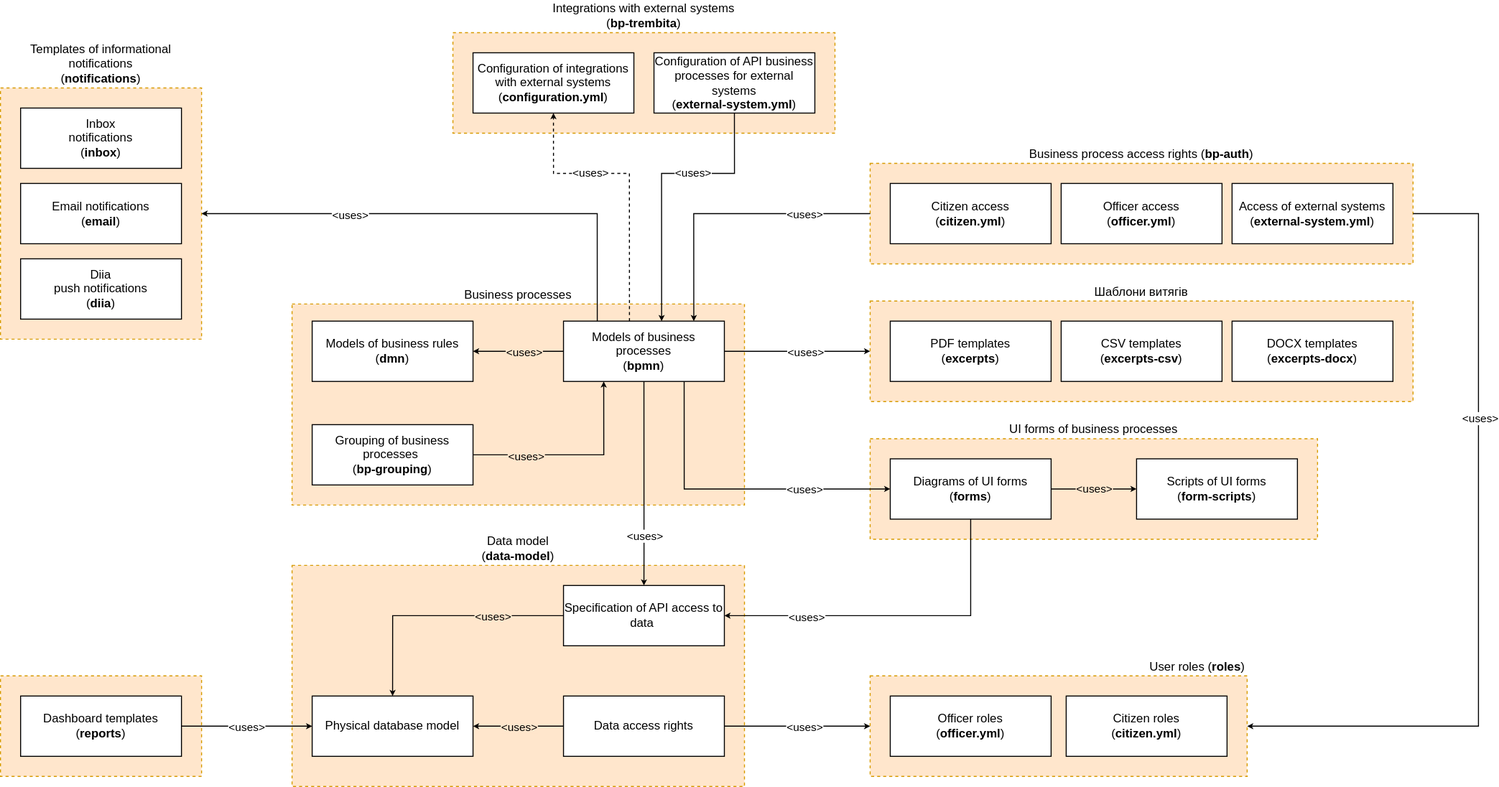
epam/edp-ddm-architecture keeps this draw.io diagram as docs/en/modules/arch/images/architecture/registry/administrative/regulation-management/registry-regulation/regulation-dependencies.svg. Above is the earlier version. Source tidied: cells renumbered, new cells last; positions are measured from the earlier drawing's top-left corner, leaving out a move shared by most shapes.
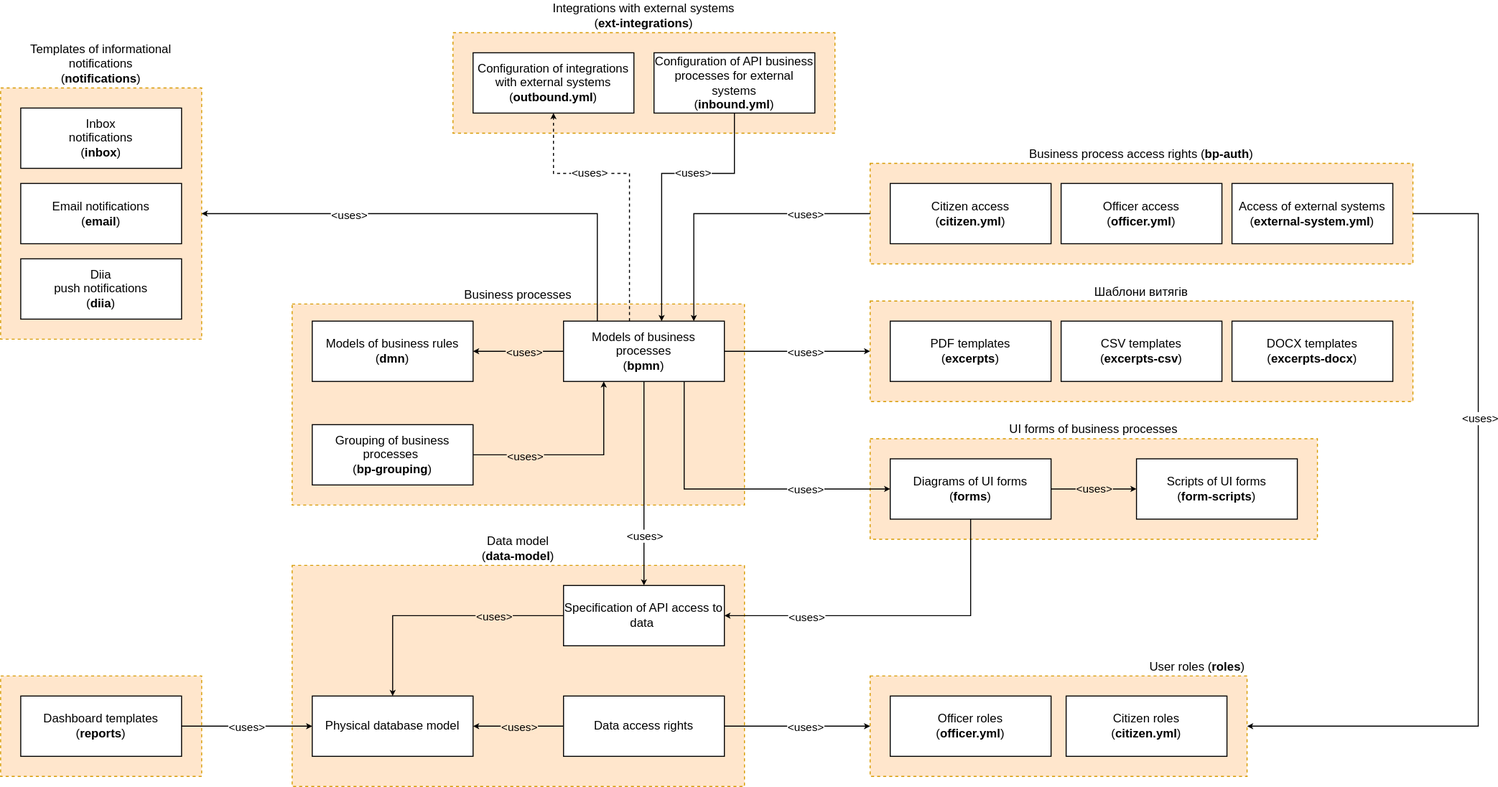
Later version of the same file.

Diff of the diagram source:
```diff
@@ -8,7 +8,7 @@
     <mxCell id="3" value="Business processes" style="rounded=0;whiteSpace=wrap;html=1;dashed=1;fillColor=#ffe6cc;strokeColor=#d79b00;labelPosition=center;verticalLabelPosition=top;align=center;verticalAlign=bottom;" parent="1" vertex="1">
       <mxGeometry x="290" y="270" width="450" height="200" as="geometry" />
     </mxCell>
-    <mxCell id="4" value="Integrations with external systems &lt;br&gt;(&lt;b style=&quot;border-color: var(--border-color);&quot;&gt;bp-trembita&lt;/b&gt;)" style="rounded=0;whiteSpace=wrap;html=1;dashed=1;fillColor=#ffe6cc;strokeColor=#d79b00;labelPosition=center;verticalLabelPosition=top;align=center;verticalAlign=bottom;" parent="1" vertex="1">
+    <mxCell id="4" value="Integrations with external systems &lt;br&gt;(&lt;b&gt;ext-integrations&lt;/b&gt;)" style="rounded=0;whiteSpace=wrap;html=1;dashed=1;fillColor=#ffe6cc;strokeColor=#d79b00;labelPosition=center;verticalLabelPosition=top;align=center;verticalAlign=bottom;" parent="1" vertex="1">
       <mxGeometry x="450" width="380" height="100" as="geometry" />
     </mxCell>
     <mxCell id="5" value="UI forms of business processes" style="rounded=0;whiteSpace=wrap;html=1;dashed=1;fillColor=#ffe6cc;strokeColor=#d79b00;labelPosition=center;verticalLabelPosition=top;align=center;verticalAlign=bottom;" parent="1" vertex="1">
@@ -143,7 +143,7 @@
     <mxCell id="40" value="Models of business processes&lt;br&gt;(&lt;b&gt;bpmn&lt;/b&gt;)" style="rounded=0;whiteSpace=wrap;html=1;points=[[0,0,0,0,0],[0,0.25,0,0,0],[0,0.5,0,0,0],[0,0.75,0,0,0],[0,1,0,0,0],[0.21,0,0,0,0],[0.25,1,0,0,0],[0.41,0,0,0,0],[0.5,1,0,0,0],[0.61,0,0,0,0],[0.75,1,0,0,0],[0.81,0,0,0,0],[1,0,0,0,0],[1,0.25,0,0,0],[1,0.5,0,0,0],[1,0.75,0,0,0],[1,1,0,0,0]];" parent="1" vertex="1">
       <mxGeometry x="560" y="287" width="160" height="60" as="geometry" />
     </mxCell>
-    <mxCell id="41" value="Configuration of integrations with external systems&lt;br&gt;(&lt;b&gt;configuration.yml&lt;/b&gt;)" style="rounded=0;whiteSpace=wrap;html=1;" parent="1" vertex="1">
+    <mxCell id="41" value="Configuration of integrations with external systems&lt;br&gt;(&lt;b&gt;outbound.yml&lt;/b&gt;)" style="rounded=0;whiteSpace=wrap;html=1;" parent="1" vertex="1">
       <mxGeometry x="470" y="20" width="160" height="60" as="geometry" />
     </mxCell>
     <mxCell id="42" style="edgeStyle=orthogonalEdgeStyle;jettySize=auto;html=1;rounded=0;endSize=3;startSize=3;entryX=0.61;entryY=0;entryDx=0;entryDy=0;entryPerimeter=0;exitX=0.5;exitY=1;exitDx=0;exitDy=0;" parent="1" edge="1" source="44" target="40">
@@ -157,7 +157,7 @@
     <mxCell id="43" value="&amp;lt;uses&amp;gt;" style="edgeLabel;html=1;align=center;verticalAlign=middle;" parent="42" vertex="1">
       <mxGeometry x="-0.27" y="-1" relative="1" as="geometry" />
     </mxCell>
-    <mxCell id="44" value="Configuration of API business processes for external systems&lt;br&gt;(&lt;b&gt;external-system.yml&lt;/b&gt;)" style="rounded=0;whiteSpace=wrap;html=1;" parent="1" vertex="1">
+    <mxCell id="44" value="Configuration of API business processes for external systems&lt;br&gt;(&lt;b&gt;inbound.yml&lt;/b&gt;)" style="rounded=0;whiteSpace=wrap;html=1;" parent="1" vertex="1">
       <mxGeometry x="650" y="20" width="160" height="60" as="geometry" />
     </mxCell>
     <mxCell id="45" value="Dashboard templates&lt;br&gt;(&lt;b&gt;reports&lt;/b&gt;)" style="rounded=0;whiteSpace=wrap;html=1;" parent="1" vertex="1">
```
